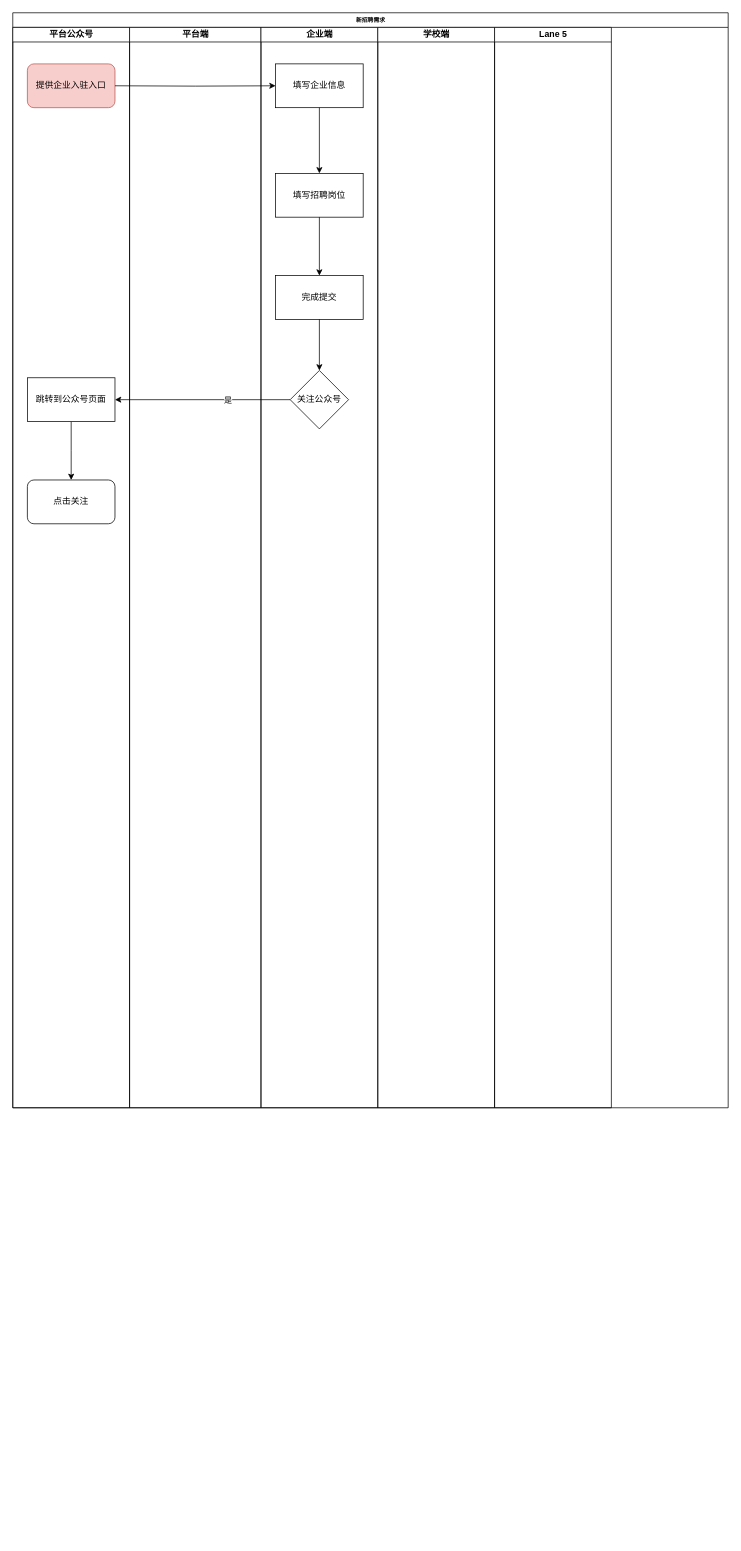
Above: 新招聘需求.drawio in geekape/canvas (draw.io), before the change. Source tidied: cells renumbered, new cells numbered last; positions are measured from the earlier drawing's top-left corner, leaving out a move shared by most shapes. Both pictures are drawn from the tidied source at 73%, with x=0, y=0 at pixel (12, 12).
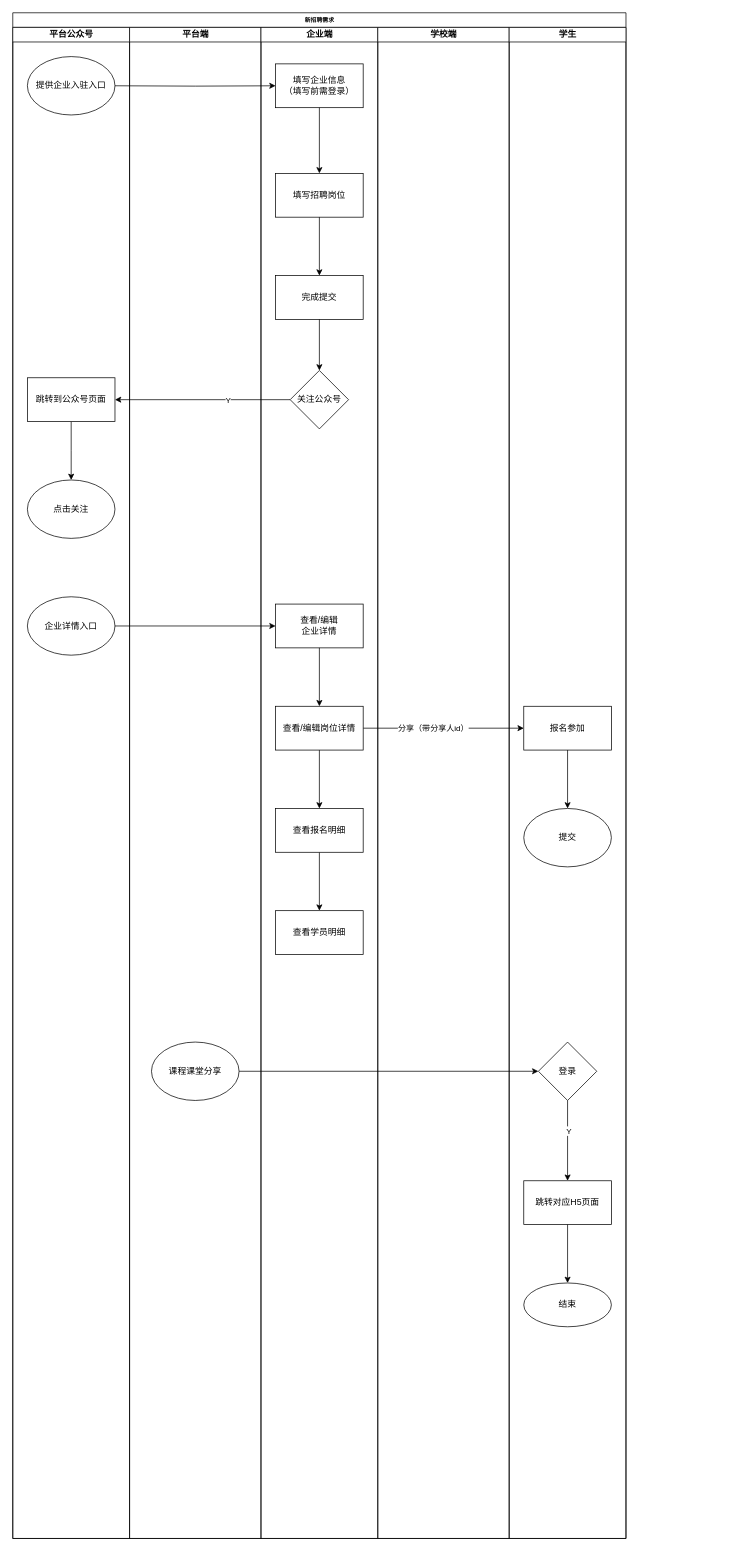
The same diagram, later.

Commit message (it also covers changes not shown here):
Update 新招聘需求.drawio

The change refers to these unchanged cells:
```xml
<mxCell id="31" style="edgeStyle=orthogonalEdgeStyle;rounded=0;jettySize=auto;html=1;" parent="2" edge="1" source="20" target="5">
  <mxGeometry relative="1" as="geometry" />
</mxCell>
```

Diff of the diagram source:
```diff
@@
     <mxCell id="2" value="新招聘需求" style="swimlane;html=1;startSize=20;rounded=0;shadow=0;labelBackgroundColor=none;strokeWidth=1;fontFamily=Verdana;fontSize=8;align=center;" parent="1" vertex="1">
-      <mxGeometry width="980" height="1500" as="geometry" />
+      <mxGeometry width="840" height="2090" as="geometry" />
     </mxCell>
     <mxCell id="3" value="平台公众号" style="swimlane;html=1;startSize=20;" parent="2" vertex="1">
-      <mxGeometry y="20" width="160" height="1480" as="geometry" />
+      <mxGeometry y="20" width="160" height="2070" as="geometry" />
     </mxCell>
@@
-    <mxCell id="6" value="提供企业入驻入口" style="rounded=1;whiteSpace=wrap;html=1;fillColor=#f8cecc;strokeColor=#b85450;" parent="3" vertex="1">
-      <mxGeometry x="20" y="50" width="120" height="60" as="geometry" />
+    <mxCell id="6" value="&lt;span&gt;提供企业入驻入口&lt;/span&gt;" style="ellipse;whiteSpace=wrap;html=1;" parent="3" vertex="1">
+      <mxGeometry x="20" y="40" width="120" height="80" as="geometry" />
     </mxCell>
-    <mxCell id="7" value="点击关注" style="rounded=1;whiteSpace=wrap;html=1;" parent="3" vertex="1">
-      <mxGeometry x="20" y="620" width="120" height="60" as="geometry" />
+    <mxCell id="7" value="&lt;span&gt;点击关注&lt;/span&gt;" style="ellipse;whiteSpace=wrap;html=1;" parent="3" vertex="1">
+      <mxGeometry x="20" y="620" width="120" height="80" as="geometry" />
     </mxCell>
+    <mxCell id="33" value="企业详情入口" style="ellipse;whiteSpace=wrap;html=1;" parent="3" vertex="1">
+      <mxGeometry x="20" y="780" width="120" height="80" as="geometry" />
+    </mxCell>
@@
     <mxCell id="13" value="平台端" style="swimlane;html=1;startSize=20;" parent="2" vertex="1">
-      <mxGeometry x="160" y="20" width="180" height="1480" as="geometry" />
+      <mxGeometry x="160" y="20" width="180" height="2070" as="geometry" />
     </mxCell>
+    <mxCell id="34" value="&lt;span&gt;课程课堂分享&lt;/span&gt;" style="ellipse;whiteSpace=wrap;html=1;" parent="13" vertex="1">
+      <mxGeometry x="30" y="1390" width="120" height="80" as="geometry" />
+    </mxCell>
     <mxCell id="14" value="企业端" style="swimlane;html=1;startSize=20;" parent="2" vertex="1">
-      <mxGeometry x="340" y="20" width="160" height="1480" as="geometry" />
+      <mxGeometry x="340" y="20" width="160" height="2070" as="geometry" />
     </mxCell>
@@
-    <mxCell id="16" value="填写企业信息" style="rounded=0;whiteSpace=wrap;html=1;" parent="14" vertex="1">
+    <mxCell id="16" value="填写企业信息&lt;br&gt;（填写前需登录）" style="rounded=0;whiteSpace=wrap;html=1;" parent="14" vertex="1">
       <mxGeometry x="20" y="50" width="120" height="60" as="geometry" />
     </mxCell>
@@
+    <mxCell id="35" value="查看/编辑&lt;br&gt;企业详情" style="whiteSpace=wrap;html=1;" parent="14" vertex="1">
+      <mxGeometry x="20" y="790" width="120" height="60" as="geometry" />
+    </mxCell>
     <mxCell id="23" value="学校端" style="swimlane;html=1;startSize=20;" parent="2" vertex="1">
-      <mxGeometry x="500" y="20" width="160" height="1480" as="geometry" />
+      <mxGeometry x="500" y="20" width="180" height="2070" as="geometry" />
     </mxCell>
@@
-    <mxCell id="27" value="Lane 5" style="swimlane;html=1;startSize=20;" parent="2" vertex="1">
-      <mxGeometry x="660" y="20" width="160" height="1480" as="geometry" />
+    <mxCell id="27" value="学生" style="swimlane;html=1;startSize=20;" parent="2" vertex="1">
+      <mxGeometry x="680" y="20" width="160" height="2070" as="geometry" />
     </mxCell>
@@
+    <mxCell id="36" value="报名参加" style="whiteSpace=wrap;html=1;" parent="27" vertex="1">
+      <mxGeometry x="20" y="930" width="120" height="60" as="geometry" />
+    </mxCell>
+    <mxCell id="37" value="提交" style="ellipse;whiteSpace=wrap;html=1;" parent="27" vertex="1">
+      <mxGeometry x="20" y="1070" width="120" height="80" as="geometry" />
+    </mxCell>
+    <mxCell id="38" value="登录" style="rhombus;whiteSpace=wrap;html=1;" parent="27" vertex="1">
+      <mxGeometry x="40" y="1390" width="80" height="80" as="geometry" />
+    </mxCell>
+    <mxCell id="39" value="跳转对应H5页面" style="whiteSpace=wrap;html=1;" parent="27" vertex="1">
+      <mxGeometry x="20" y="1580" width="120" height="60" as="geometry" />
+    </mxCell>
+    <mxCell id="40" style="edgeStyle=orthogonalEdgeStyle;rounded=0;jettySize=auto;html=1;" parent="27" edge="1" source="38" target="39">
+      <mxGeometry relative="1" as="geometry" />
+    </mxCell>
+    <mxCell id="41" value="Y" style="edgeLabel;html=1;align=center;verticalAlign=middle;" parent="40" vertex="1">
+      <mxGeometry x="-0.25" y="1" relative="1" as="geometry" />
+    </mxCell>
+    <mxCell id="42" value="结束" style="ellipse;whiteSpace=wrap;html=1;" parent="27" vertex="1">
+      <mxGeometry x="20" y="1720" width="120" height="60" as="geometry" />
+    </mxCell>
+    <mxCell id="43" style="edgeStyle=orthogonalEdgeStyle;rounded=0;jettySize=auto;html=1;" parent="27" edge="1" source="39" target="42">
+      <mxGeometry relative="1" as="geometry" />
+    </mxCell>
+    <mxCell id="44" style="edgeStyle=orthogonalEdgeStyle;rounded=0;jettySize=auto;html=1;entryX=0.5;entryY=0;entryDx=0;entryDy=0;" parent="27" edge="1" source="36" target="37">
+      <mxGeometry relative="1" as="geometry" />
+    </mxCell>
@@
-    <mxCell id="32" value="是" style="edgeLabel;html=1;align=center;verticalAlign=middle;" parent="31" vertex="1">
+    <mxCell id="32" value="Y" style="edgeLabel;html=1;align=center;verticalAlign=middle;" parent="31" vertex="1">
       <mxGeometry x="-0.28" relative="1" as="geometry" />
     </mxCell>
+    <mxCell id="45" style="edgeStyle=orthogonalEdgeStyle;rounded=0;jettySize=auto;html=1;" parent="2" edge="1" source="33" target="35">
+      <mxGeometry relative="1" as="geometry" />
+    </mxCell>
+    <mxCell id="46" style="edgeStyle=orthogonalEdgeStyle;rounded=0;jettySize=auto;html=1;exitX=1;exitY=0.5;exitDx=0;exitDy=0;" parent="2" edge="1" source="34" target="38">
+      <mxGeometry relative="1" as="geometry" />
+    </mxCell>
+    <mxCell id="47" style="edgeStyle=orthogonalEdgeStyle;rounded=0;jettySize=auto;html=1;" parent="1" edge="1" source="50" target="36">
+      <mxGeometry relative="1" as="geometry" />
+    </mxCell>
+    <mxCell id="48" value="分享（带分享人id）" style="edgeLabel;html=1;align=center;verticalAlign=middle;" parent="47" vertex="1">
+      <mxGeometry x="-0.14" relative="1" as="geometry" />
+    </mxCell>
+    <mxCell id="49" style="edgeStyle=orthogonalEdgeStyle;rounded=0;jettySize=auto;html=1;" parent="1" edge="1" source="50" target="53">
+      <mxGeometry relative="1" as="geometry" />
+    </mxCell>
+    <mxCell id="50" value="查看/编辑岗位详情" style="whiteSpace=wrap;html=1;" parent="1" vertex="1">
+      <mxGeometry x="360" y="950" width="120" height="60" as="geometry" />
+    </mxCell>
+    <mxCell id="51" style="edgeStyle=orthogonalEdgeStyle;rounded=0;jettySize=auto;html=1;" parent="1" edge="1" source="35" target="50">
+      <mxGeometry relative="1" as="geometry" />
+    </mxCell>
+    <mxCell id="52" style="edgeStyle=orthogonalEdgeStyle;rounded=0;jettySize=auto;html=1;" parent="1" edge="1" source="53" target="54">
+      <mxGeometry relative="1" as="geometry" />
+    </mxCell>
+    <mxCell id="53" value="查看报名明细" style="whiteSpace=wrap;html=1;" parent="1" vertex="1">
+      <mxGeometry x="360" y="1090" width="120" height="60" as="geometry" />
+    </mxCell>
+    <mxCell id="54" value="查看学员明细" style="whiteSpace=wrap;html=1;" parent="1" vertex="1">
+      <mxGeometry x="360" y="1230" width="120" height="60" as="geometry" />
+    </mxCell>
```
